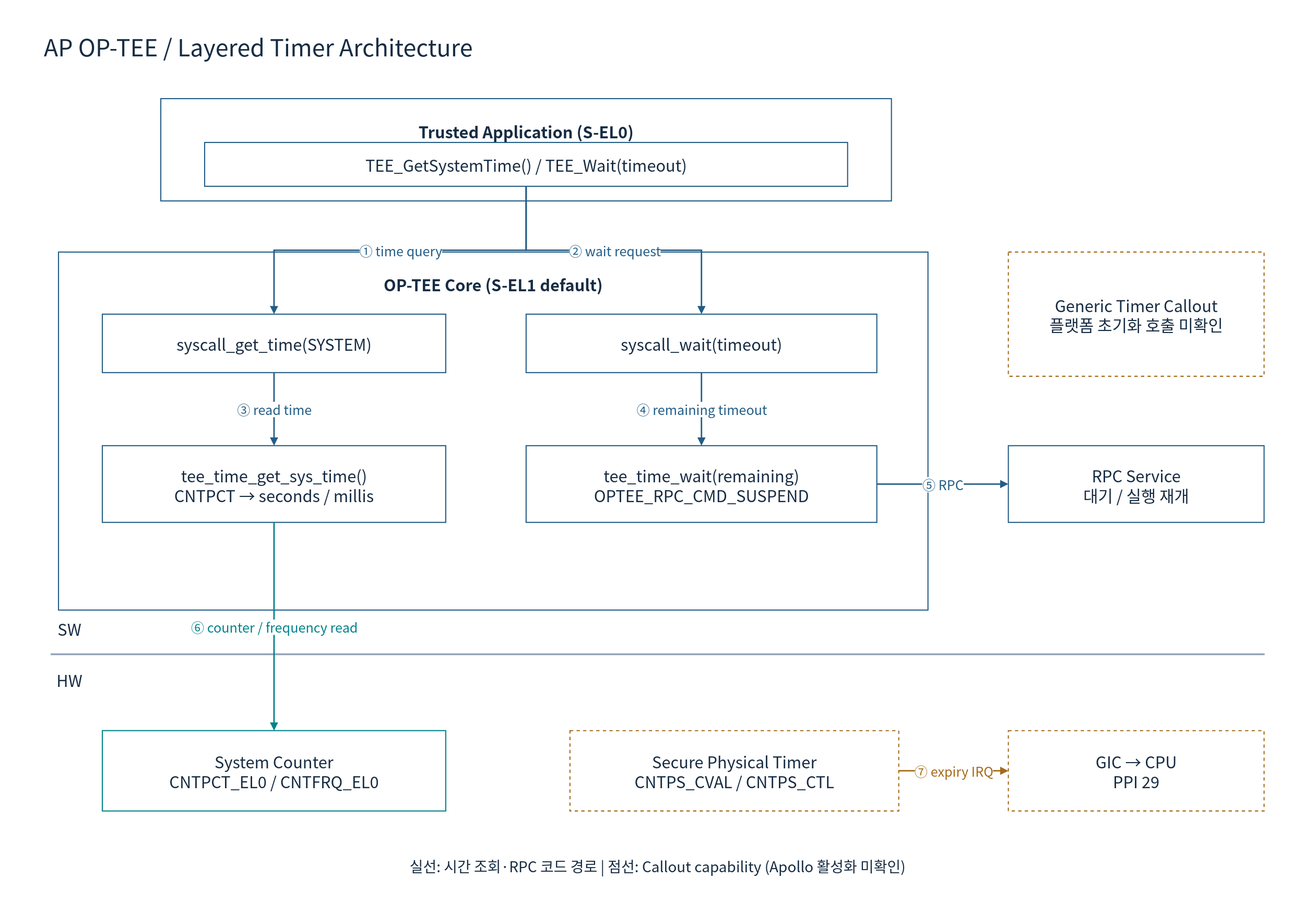
cometzero/project-apollo keeps this draw.io diagram as doc/phase1/timer/diagrams/08e-optee-software.drawio.svg. Above is the earlier version. Source tidied: cells renumbered, new cells last; positions are measured from the earlier drawing's top-left corner, leaving out a move shared by most shapes.
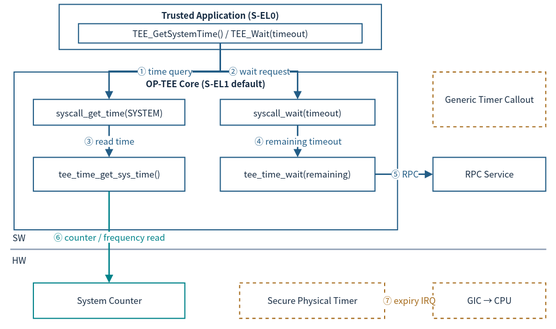
The same file after the commit.

Change to the diagram source:
```diff
@@ -2,80 +2,71 @@
   <root>
     <mxCell id="0" />
     <mxCell id="1" parent="0" />
-    <mxCell id="2" style="rounded=0;whiteSpace=wrap;html=1;fillColor=#FFFFFF;strokeColor=none;strokeWidth=1.5;fontColor=#172C43;fontFamily=Noto Sans CJK KR;fontSize=22;spacing=10;" parent="1" vertex="1">
-      <mxGeometry width="1800" height="1250" as="geometry" />
-    </mxCell>
-    <mxCell id="3" value="AP OP-TEE / Layered Timer Architecture" style="rounded=0;whiteSpace=wrap;html=1;fillColor=#FFFFFF;strokeColor=none;strokeWidth=1.5;fontColor=#172C43;fontFamily=Noto Sans CJK KR;fontSize=22;spacing=10;fontSize=32;align=left;" parent="1" vertex="1">
-      <mxGeometry x="50" y="30" width="1700" height="65" as="geometry" />
-    </mxCell>
-    <mxCell id="4" value="Trusted Application (S-EL0)" style="rounded=0;whiteSpace=wrap;html=1;fillColor=#FFFFFF;strokeColor=#235D86;strokeWidth=1.5;fontColor=#172C43;fontFamily=Noto Sans CJK KR;fontSize=22;spacing=10;verticalAlign=top;fontStyle=1;spacingTop=16;" parent="1" vertex="1">
-      <mxGeometry x="220" y="135" width="1000" height="140" as="geometry" />
+    <mxCell id="4" value="Trusted Application (S-EL0)" style="rounded=0;whiteSpace=wrap;html=1;fillColor=#FFFFFF;strokeColor=#235D86;strokeWidth=1.5;fontColor=#172C43;fontFamily=Noto Sans CJK KR;verticalAlign=top;fontStyle=1;fontSize=12;spacing=3;whiteSpace=wrap;" parent="1" vertex="1">
+      <mxGeometry x="86.9" y="12" width="440.5" height="61.7" as="geometry" />
     </mxCell>
-    <mxCell id="5" value="TEE_GetSystemTime()  /  TEE_Wait(timeout)" style="rounded=0;whiteSpace=wrap;html=1;fillColor=#FFFFFF;strokeColor=#235D86;strokeWidth=1.5;fontColor=#172C43;fontFamily=Noto Sans CJK KR;fontSize=22;spacing=10;" parent="1" vertex="1">
-      <mxGeometry x="280" y="195" width="880" height="60" as="geometry" />
+    <mxCell id="5" value="TEE_GetSystemTime()  /  TEE_Wait(timeout)" style="rounded=0;whiteSpace=wrap;html=1;fillColor=#FFFFFF;strokeColor=#235D86;strokeWidth=1.5;fontColor=#172C43;fontFamily=Noto Sans CJK KR;fontSize=12;spacing=3;whiteSpace=wrap;" parent="1" vertex="1">
+      <mxGeometry x="113.3" y="38.4" width="387.6" height="26.4" as="geometry" />
     </mxCell>
-    <mxCell id="6" value="OP-TEE Core (S-EL1 default)" style="rounded=0;whiteSpace=wrap;html=1;fillColor=#FFFFFF;strokeColor=#235D86;strokeWidth=1.5;fontColor=#172C43;fontFamily=Noto Sans CJK KR;fontSize=22;spacing=10;verticalAlign=top;fontStyle=1;spacingTop=16;" parent="1" vertex="1">
-      <mxGeometry x="80" y="345" width="1190" height="490" as="geometry" />
+    <mxCell id="6" value="OP-TEE Core (S-EL1 default)" style="rounded=0;whiteSpace=wrap;html=1;fillColor=#FFFFFF;strokeColor=#235D86;strokeWidth=1.5;fontColor=#172C43;fontFamily=Noto Sans CJK KR;verticalAlign=top;fontStyle=1;fontSize=12;spacing=3;whiteSpace=wrap;" parent="1" vertex="1">
+      <mxGeometry x="25.2" y="104.5" width="524.2" height="215.8" as="geometry" />
     </mxCell>
-    <mxCell id="7" value="syscall_get_time(SYSTEM)" style="rounded=0;whiteSpace=wrap;html=1;fillColor=#FFFFFF;strokeColor=#235D86;strokeWidth=1.5;fontColor=#172C43;fontFamily=Noto Sans CJK KR;fontSize=22;spacing=10;" parent="1" vertex="1">
-      <mxGeometry x="140" y="430" width="470" height="80" as="geometry" />
+    <mxCell id="7" value="syscall_get_time(SYSTEM)" style="rounded=0;whiteSpace=wrap;html=1;fillColor=#FFFFFF;strokeColor=#235D86;strokeWidth=1.5;fontColor=#172C43;fontFamily=Noto Sans CJK KR;fontSize=12;spacing=3;whiteSpace=wrap;" parent="1" vertex="1">
+      <mxGeometry x="51.6" y="141.9" width="207" height="35.2" as="geometry" />
     </mxCell>
-    <mxCell id="8" value="syscall_wait(timeout)" style="rounded=0;whiteSpace=wrap;html=1;fillColor=#FFFFFF;strokeColor=#235D86;strokeWidth=1.5;fontColor=#172C43;fontFamily=Noto Sans CJK KR;fontSize=22;spacing=10;" parent="1" vertex="1">
-      <mxGeometry x="720" y="430" width="480" height="80" as="geometry" />
+    <mxCell id="8" value="syscall_wait(timeout)" style="rounded=0;whiteSpace=wrap;html=1;fillColor=#FFFFFF;strokeColor=#235D86;strokeWidth=1.5;fontColor=#172C43;fontFamily=Noto Sans CJK KR;fontSize=12;spacing=3;whiteSpace=wrap;" parent="1" vertex="1">
+      <mxGeometry x="307.1" y="141.9" width="211.4" height="35.2" as="geometry" />
     </mxCell>
-    <mxCell id="9" value="tee_time_get_sys_time()&#10;CNTPCT → seconds / millis" style="rounded=0;whiteSpace=wrap;html=1;fillColor=#FFFFFF;strokeColor=#235D86;strokeWidth=1.5;fontColor=#172C43;fontFamily=Noto Sans CJK KR;fontSize=22;spacing=10;" parent="1" vertex="1">
-      <mxGeometry x="140" y="610" width="470" height="105" as="geometry" />
+    <mxCell id="9" value="tee_time_get_sys_time()" style="rounded=0;whiteSpace=wrap;html=1;fillColor=#FFFFFF;strokeColor=#235D86;strokeWidth=1.5;fontColor=#172C43;fontFamily=Noto Sans CJK KR;fontSize=12;spacing=3;whiteSpace=wrap;" parent="1" vertex="1">
+      <mxGeometry x="51.6" y="221.2" width="207" height="46.2" as="geometry" />
     </mxCell>
-    <mxCell id="10" value="tee_time_wait(remaining)&#10;OPTEE_RPC_CMD_SUSPEND" style="rounded=0;whiteSpace=wrap;html=1;fillColor=#FFFFFF;strokeColor=#235D86;strokeWidth=1.5;fontColor=#172C43;fontFamily=Noto Sans CJK KR;fontSize=22;spacing=10;" parent="1" vertex="1">
-      <mxGeometry x="720" y="610" width="480" height="105" as="geometry" />
+    <mxCell id="10" value="tee_time_wait(remaining)" style="rounded=0;whiteSpace=wrap;html=1;fillColor=#FFFFFF;strokeColor=#235D86;strokeWidth=1.5;fontColor=#172C43;fontFamily=Noto Sans CJK KR;fontSize=12;spacing=3;whiteSpace=wrap;" parent="1" vertex="1">
+      <mxGeometry x="307.1" y="221.2" width="211.4" height="46.2" as="geometry" />
     </mxCell>
-    <mxCell id="11" value="RPC Service&#10;대기 / 실행 재개" style="rounded=0;whiteSpace=wrap;html=1;fillColor=#FFFFFF;strokeColor=#235D86;strokeWidth=1.5;fontColor=#172C43;fontFamily=Noto Sans CJK KR;fontSize=22;spacing=10;" parent="1" vertex="1">
-      <mxGeometry x="1380" y="610" width="350" height="105" as="geometry" />
+    <mxCell id="11" value="RPC Service" style="rounded=0;whiteSpace=wrap;html=1;fillColor=#FFFFFF;strokeColor=#235D86;strokeWidth=1.5;fontColor=#172C43;fontFamily=Noto Sans CJK KR;fontSize=12;spacing=3;whiteSpace=wrap;" parent="1" vertex="1">
+      <mxGeometry x="597.8" y="221.2" width="154.2" height="46.2" as="geometry" />
     </mxCell>
-    <mxCell id="12" value="Generic Timer Callout&#10;플랫폼 초기화 호출 미확인" style="rounded=0;whiteSpace=wrap;html=1;fillColor=#FFFFFF;strokeColor=#A56A1A;strokeWidth=1.5;fontColor=#172C43;fontFamily=Noto Sans CJK KR;fontSize=22;spacing=10;dashed=1;" parent="1" vertex="1">
-      <mxGeometry x="1380" y="345" width="350" height="170" as="geometry" />
+    <mxCell id="12" value="Generic Timer Callout" style="rounded=0;whiteSpace=wrap;html=1;fillColor=#FFFFFF;strokeColor=#A56A1A;strokeWidth=1.5;fontColor=#172C43;fontFamily=Noto Sans CJK KR;dashed=1;fontSize=12;spacing=3;whiteSpace=wrap;" parent="1" vertex="1">
+      <mxGeometry x="597.8" y="104.5" width="154.2" height="74.9" as="geometry" />
     </mxCell>
-    <mxCell id="13" value="① time query" style="edgeStyle=orthogonalEdgeStyle;rounded=0;html=1;endArrow=block;endFill=1;strokeWidth=2;strokeColor=#235D86;fontColor=#235D86;fontFamily=Noto Sans CJK KR;fontSize=18;labelBackgroundColor=#FFFFFF;" parent="1" edge="1" source="5" target="7">
+    <mxCell id="13" value="① time query" style="edgeStyle=orthogonalEdgeStyle;rounded=0;html=1;endArrow=block;endFill=1;strokeWidth=2;strokeColor=#235D86;fontColor=#235D86;fontFamily=Noto Sans CJK KR;labelBackgroundColor=#FFFFFF;fontSize=12;spacing=3;whiteSpace=nowrap;" parent="1" edge="1" source="5" target="7">
       <mxGeometry relative="1" as="geometry" />
     </mxCell>
-    <mxCell id="14" value="② wait request" style="edgeStyle=orthogonalEdgeStyle;rounded=0;html=1;endArrow=block;endFill=1;strokeWidth=2;strokeColor=#235D86;fontColor=#235D86;fontFamily=Noto Sans CJK KR;fontSize=18;labelBackgroundColor=#FFFFFF;" parent="1" edge="1" source="5" target="8">
+    <mxCell id="14" value="② wait request" style="edgeStyle=orthogonalEdgeStyle;rounded=0;html=1;endArrow=block;endFill=1;strokeWidth=2;strokeColor=#235D86;fontColor=#235D86;fontFamily=Noto Sans CJK KR;labelBackgroundColor=#FFFFFF;fontSize=12;spacing=3;whiteSpace=nowrap;" parent="1" edge="1" source="5" target="8">
       <mxGeometry relative="1" as="geometry" />
     </mxCell>
-    <mxCell id="15" value="③ read time" style="edgeStyle=orthogonalEdgeStyle;rounded=0;html=1;endArrow=block;endFill=1;strokeWidth=2;strokeColor=#235D86;fontColor=#235D86;fontFamily=Noto Sans CJK KR;fontSize=18;labelBackgroundColor=#FFFFFF;" parent="1" edge="1" source="7" target="9">
+    <mxCell id="15" value="③ read time" style="edgeStyle=orthogonalEdgeStyle;rounded=0;html=1;endArrow=block;endFill=1;strokeWidth=2;strokeColor=#235D86;fontColor=#235D86;fontFamily=Noto Sans CJK KR;labelBackgroundColor=#FFFFFF;fontSize=12;spacing=3;whiteSpace=nowrap;" parent="1" edge="1" source="7" target="9">
       <mxGeometry relative="1" as="geometry" />
     </mxCell>
-    <mxCell id="16" value="④ remaining timeout" style="edgeStyle=orthogonalEdgeStyle;rounded=0;html=1;endArrow=block;endFill=1;strokeWidth=2;strokeColor=#235D86;fontColor=#235D86;fontFamily=Noto Sans CJK KR;fontSize=18;labelBackgroundColor=#FFFFFF;" parent="1" edge="1" source="8" target="10">
+    <mxCell id="16" value="④ remaining timeout" style="edgeStyle=orthogonalEdgeStyle;rounded=0;html=1;endArrow=block;endFill=1;strokeWidth=2;strokeColor=#235D86;fontColor=#235D86;fontFamily=Noto Sans CJK KR;labelBackgroundColor=#FFFFFF;fontSize=12;spacing=3;whiteSpace=nowrap;" parent="1" edge="1" source="8" target="10">
       <mxGeometry relative="1" as="geometry" />
     </mxCell>
-    <mxCell id="17" value="⑤ RPC" style="edgeStyle=orthogonalEdgeStyle;rounded=0;html=1;endArrow=block;endFill=1;strokeWidth=2;strokeColor=#235D86;fontColor=#235D86;fontFamily=Noto Sans CJK KR;fontSize=18;labelBackgroundColor=#FFFFFF;" parent="1" edge="1" source="10" target="11">
+    <mxCell id="17" value="⑤ RPC" style="edgeStyle=orthogonalEdgeStyle;rounded=0;html=1;endArrow=block;endFill=1;strokeWidth=2;strokeColor=#235D86;fontColor=#235D86;fontFamily=Noto Sans CJK KR;labelBackgroundColor=#FFFFFF;fontSize=12;spacing=3;whiteSpace=nowrap;" parent="1" edge="1" source="10" target="11">
       <mxGeometry relative="1" as="geometry" />
     </mxCell>
-    <mxCell id="18" value="SW" style="rounded=0;whiteSpace=wrap;html=1;fillColor=#FFFFFF;strokeColor=none;strokeWidth=1.5;fontColor=#172C43;fontFamily=Noto Sans CJK KR;fontSize=22;spacing=10;" parent="1" vertex="1">
-      <mxGeometry x="50" y="840" width="90" height="40" as="geometry" />
+    <mxCell id="18" value="SW" style="rounded=0;whiteSpace=wrap;html=1;fillColor=#FFFFFF;strokeColor=none;strokeWidth=1.5;fontColor=#172C43;fontFamily=Noto Sans CJK KR;fontSize=12;spacing=3;whiteSpace=wrap;" parent="1" vertex="1">
+      <mxGeometry x="12" y="322.5" width="39.6" height="17.6" as="geometry" />
     </mxCell>
-    <mxCell id="19" style="rounded=0;whiteSpace=wrap;html=1;fillColor=#FFFFFF;strokeColor=#94A3B8;strokeWidth=1.5;fontColor=#172C43;fontFamily=Noto Sans CJK KR;fontSize=22;spacing=10;" parent="1" vertex="1">
-      <mxGeometry x="70" y="895" width="1660" height="1" as="geometry" />
+    <mxCell id="19" style="rounded=0;whiteSpace=wrap;html=1;fillColor=#FFFFFF;strokeColor=#94A3B8;strokeWidth=1.5;fontColor=#172C43;fontFamily=Noto Sans CJK KR;fontSize=12;spacing=3;whiteSpace=wrap;" parent="1" vertex="1">
+      <mxGeometry x="20.8" y="346.8" width="731.2" height="0.4" as="geometry" />
     </mxCell>
-    <mxCell id="20" value="HW" style="rounded=0;whiteSpace=wrap;html=1;fillColor=#FFFFFF;strokeColor=none;strokeWidth=1.5;fontColor=#172C43;fontFamily=Noto Sans CJK KR;fontSize=22;spacing=10;" parent="1" vertex="1">
-      <mxGeometry x="50" y="910" width="90" height="40" as="geometry" />
+    <mxCell id="20" value="HW" style="rounded=0;whiteSpace=wrap;html=1;fillColor=#FFFFFF;strokeColor=none;strokeWidth=1.5;fontColor=#172C43;fontFamily=Noto Sans CJK KR;fontSize=12;spacing=3;whiteSpace=wrap;" parent="1" vertex="1">
+      <mxGeometry x="12" y="353.4" width="39.6" height="17.6" as="geometry" />
     </mxCell>
-    <mxCell id="21" value="System Counter&#10;CNTPCT_EL0 / CNTFRQ_EL0" style="rounded=0;whiteSpace=wrap;html=1;fillColor=#FFFFFF;strokeColor=#00838A;strokeWidth=1.5;fontColor=#172C43;fontFamily=Noto Sans CJK KR;fontSize=22;spacing=10;" parent="1" vertex="1">
-      <mxGeometry x="140" y="1000" width="470" height="110" as="geometry" />
+    <mxCell id="21" value="System Counter" style="rounded=0;whiteSpace=wrap;html=1;fillColor=#FFFFFF;strokeColor=#00838A;strokeWidth=1.5;fontColor=#172C43;fontFamily=Noto Sans CJK KR;fontSize=12;spacing=3;whiteSpace=wrap;" parent="1" vertex="1">
+      <mxGeometry x="51.6" y="393" width="207" height="48.5" as="geometry" />
     </mxCell>
-    <mxCell id="22" value="Secure Physical Timer&#10;CNTPS_CVAL / CNTPS_CTL" style="rounded=0;whiteSpace=wrap;html=1;fillColor=#FFFFFF;strokeColor=#A56A1A;strokeWidth=1.5;fontColor=#172C43;fontFamily=Noto Sans CJK KR;fontSize=22;spacing=10;dashed=1;" parent="1" vertex="1">
-      <mxGeometry x="780" y="1000" width="450" height="110" as="geometry" />
+    <mxCell id="22" value="Secure Physical Timer" style="rounded=0;whiteSpace=wrap;html=1;fillColor=#FFFFFF;strokeColor=#A56A1A;strokeWidth=1.5;fontColor=#172C43;fontFamily=Noto Sans CJK KR;dashed=1;fontSize=12;spacing=3;whiteSpace=wrap;" parent="1" vertex="1">
+      <mxGeometry x="333.6" y="393" width="198.2" height="48.5" as="geometry" />
     </mxCell>
-    <mxCell id="23" value="GIC → CPU&#10;PPI 29" style="rounded=0;whiteSpace=wrap;html=1;fillColor=#FFFFFF;strokeColor=#A56A1A;strokeWidth=1.5;fontColor=#172C43;fontFamily=Noto Sans CJK KR;fontSize=22;spacing=10;dashed=1;" parent="1" vertex="1">
-      <mxGeometry x="1380" y="1000" width="350" height="110" as="geometry" />
+    <mxCell id="23" value="GIC → CPU" style="rounded=0;whiteSpace=wrap;html=1;fillColor=#FFFFFF;strokeColor=#A56A1A;strokeWidth=1.5;fontColor=#172C43;fontFamily=Noto Sans CJK KR;dashed=1;fontSize=12;spacing=3;whiteSpace=wrap;" parent="1" vertex="1">
+      <mxGeometry x="597.8" y="393" width="154.2" height="48.5" as="geometry" />
     </mxCell>
-    <mxCell id="24" value="⑥ counter / frequency read" style="edgeStyle=orthogonalEdgeStyle;rounded=0;html=1;endArrow=block;endFill=1;strokeWidth=2;strokeColor=#00838A;fontColor=#00838A;fontFamily=Noto Sans CJK KR;fontSize=18;labelBackgroundColor=#FFFFFF;" parent="1" edge="1" source="9" target="21">
+    <mxCell id="24" value="⑥ counter / frequency read" style="edgeStyle=orthogonalEdgeStyle;rounded=0;html=1;endArrow=block;endFill=1;strokeWidth=2;strokeColor=#00838A;fontColor=#00838A;fontFamily=Noto Sans CJK KR;labelBackgroundColor=#FFFFFF;fontSize=12;spacing=3;whiteSpace=nowrap;" parent="1" edge="1" source="9" target="21">
       <mxGeometry relative="1" as="geometry" />
     </mxCell>
-    <mxCell id="25" value="⑦ expiry IRQ" style="edgeStyle=orthogonalEdgeStyle;rounded=0;html=1;endArrow=block;endFill=1;strokeWidth=2;strokeColor=#A56A1A;fontColor=#A56A1A;fontFamily=Noto Sans CJK KR;fontSize=18;labelBackgroundColor=#FFFFFF;" parent="1" edge="1" source="22" target="23">
+    <mxCell id="25" value="⑦ expiry IRQ" style="edgeStyle=orthogonalEdgeStyle;rounded=0;html=1;endArrow=block;endFill=1;strokeWidth=2;strokeColor=#A56A1A;fontColor=#A56A1A;fontFamily=Noto Sans CJK KR;labelBackgroundColor=#FFFFFF;fontSize=12;spacing=3;whiteSpace=nowrap;" parent="1" edge="1" source="22" target="23">
       <mxGeometry relative="1" as="geometry" />
     </mxCell>
-    <mxCell id="26" value="실선: 시간 조회·RPC 코드 경로   |   점선: Callout capability (Apollo 활성화 미확인)" style="rounded=0;whiteSpace=wrap;html=1;fillColor=#FFFFFF;strokeColor=none;strokeWidth=1.5;fontColor=#172C43;fontFamily=Noto Sans CJK KR;fontSize=22;spacing=10;fontSize=20;" parent="1" vertex="1">
-      <mxGeometry x="100" y="1160" width="1600" height="50" as="geometry" />
-    </mxCell>
   </root>
 </mxGraphModel>
```
